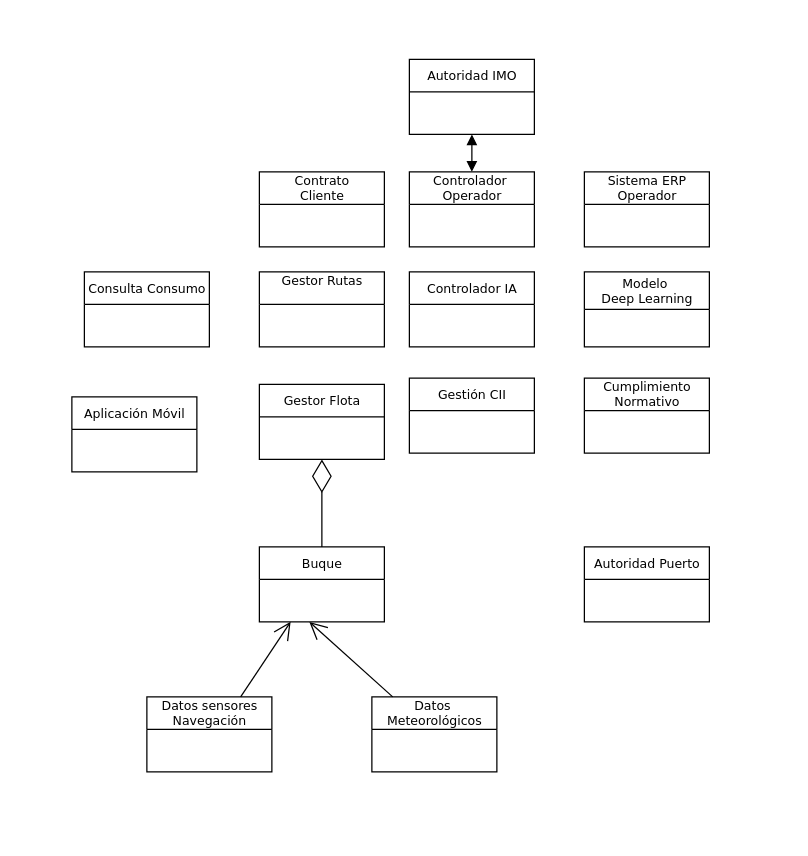
Above: VistaLogicaV0.drawio.xml in jdiazfer/ADS_Practica1 (draw.io), before the change. Source tidied: cells renumbered, new cells numbered last; positions are measured from the earlier drawing's top-left corner, leaving out a move shared by most shapes. Both pictures are drawn from the tidied source at 125%, with x=0, y=0 at pixel (71, 59).
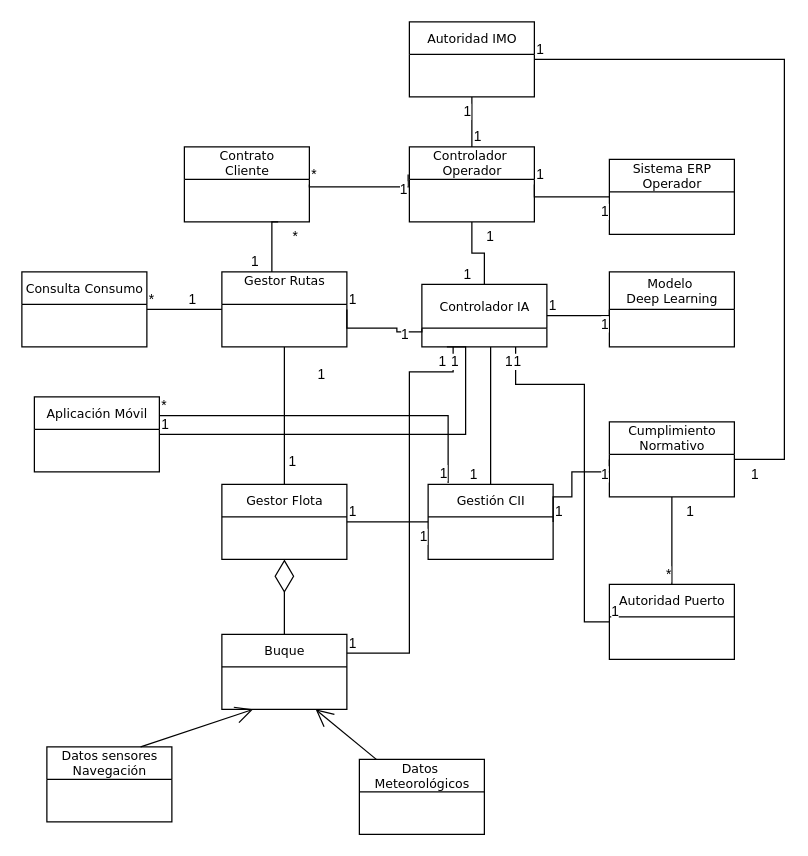
The same page after the edit.

Change to the diagram source:
```diff
@@
     <mxCell id="2" value="Gestor Flota" style="swimlane;html=1;fontStyle=0;horizontal=1;startSize=26;fillColor=none;swimlaneFillColor=#ffffff;rounded=0;shadow=0;comic=0;labelBackgroundColor=none;strokeWidth=1;fontFamily=Verdana;fontSize=10;align=center;" parent="1" vertex="1">
-      <mxGeometry x="150" y="260" width="100" height="60" as="geometry" />
+      <mxGeometry x="120" y="340" width="100" height="60" as="geometry" />
     </mxCell>
     <mxCell id="3" value="Buque" style="swimlane;html=1;fontStyle=0;horizontal=1;startSize=26;fillColor=none;swimlaneFillColor=#ffffff;rounded=0;shadow=0;comic=0;labelBackgroundColor=none;strokeWidth=1;fontFamily=Verdana;fontSize=10;align=center;" parent="1" vertex="1">
-      <mxGeometry x="150" y="390" width="100" height="60" as="geometry" />
+      <mxGeometry x="120" y="460" width="100" height="60" as="geometry" />
     </mxCell>
-    <mxCell id="4" value="Controlador IA" style="swimlane;html=1;fontStyle=0;horizontal=1;startSize=26;fillColor=none;swimlaneFillColor=#ffffff;rounded=0;shadow=0;comic=0;labelBackgroundColor=none;strokeWidth=1;fontFamily=Verdana;fontSize=10;align=center;" parent="1" vertex="1">
-      <mxGeometry x="270" y="170" width="100" height="60" as="geometry" />
+    <mxCell id="4" value="Controlador IA" style="swimlane;html=1;fontStyle=0;horizontal=1;startSize=35;fillColor=none;swimlaneFillColor=#ffffff;rounded=0;shadow=0;comic=0;labelBackgroundColor=none;strokeWidth=1;fontFamily=Verdana;fontSize=10;align=center;" parent="1" vertex="1">
+      <mxGeometry x="280" y="180" width="100" height="50" as="geometry" />
     </mxCell>
     <mxCell id="5" value="&lt;div&gt;Datos sensores &lt;br&gt;&lt;/div&gt;&lt;div&gt;Navegación&lt;/div&gt;" style="swimlane;html=1;fontStyle=0;horizontal=1;startSize=26;fillColor=none;swimlaneFillColor=#ffffff;rounded=0;shadow=0;comic=0;labelBackgroundColor=none;strokeWidth=1;fontFamily=Verdana;fontSize=10;align=center;" parent="1" vertex="1">
-      <mxGeometry x="60" y="510" width="100" height="60" as="geometry" />
+      <mxGeometry x="-20" y="550" width="100" height="60" as="geometry" />
     </mxCell>
     <mxCell id="6" value="&lt;div&gt;Modelo&amp;nbsp;&lt;/div&gt;&lt;div&gt;Deep Learning&lt;/div&gt;" style="swimlane;html=1;fontStyle=0;horizontal=1;startSize=30;fillColor=none;swimlaneFillColor=#ffffff;rounded=0;shadow=0;comic=0;labelBackgroundColor=none;strokeWidth=1;fontFamily=Verdana;fontSize=10;align=center;" parent="1" vertex="1">
-      <mxGeometry x="410" y="170" width="100" height="60" as="geometry" />
+      <mxGeometry x="430" y="170" width="100" height="60" as="geometry" />
     </mxCell>
@@
     <mxCell id="8" value="&lt;div&gt;Controlador&amp;nbsp;&lt;/div&gt;&lt;div&gt;Operador&lt;/div&gt;" style="swimlane;html=1;fontStyle=0;horizontal=1;startSize=26;fillColor=none;swimlaneFillColor=#ffffff;rounded=0;shadow=0;comic=0;labelBackgroundColor=none;strokeWidth=1;fontFamily=Verdana;fontSize=10;align=center;" parent="1" vertex="1">
-      <mxGeometry x="270" y="90" width="100" height="60" as="geometry" />
+      <mxGeometry x="270" y="70" width="100" height="60" as="geometry" />
     </mxCell>
     <mxCell id="9" value="&lt;div&gt;Sistema ERP&lt;/div&gt;&lt;div&gt;Operador&lt;br&gt;&lt;/div&gt;" style="swimlane;html=1;fontStyle=0;horizontal=1;startSize=26;fillColor=none;swimlaneFillColor=#ffffff;rounded=0;shadow=0;comic=0;labelBackgroundColor=none;strokeWidth=1;fontFamily=Verdana;fontSize=10;align=center;" parent="1" vertex="1">
-      <mxGeometry x="410" y="90" width="100" height="60" as="geometry" />
+      <mxGeometry x="430" y="80" width="100" height="60" as="geometry" />
     </mxCell>
     <mxCell id="10" value="&lt;div&gt;Contrato&lt;/div&gt;&lt;div&gt;Cliente&lt;br&gt;&lt;/div&gt;" style="swimlane;html=1;fontStyle=0;horizontal=1;startSize=26;fillColor=none;swimlaneFillColor=#ffffff;rounded=0;shadow=0;comic=0;labelBackgroundColor=none;strokeWidth=1;fontFamily=Verdana;fontSize=10;align=center;" parent="1" vertex="1">
-      <mxGeometry x="150" y="90" width="100" height="60" as="geometry" />
+      <mxGeometry x="90" y="70" width="100" height="60" as="geometry" />
     </mxCell>
+    <mxCell id="22" style="edgeStyle=orthogonalEdgeStyle;rounded=0;jettySize=auto;html=1;strokeColor=default;align=center;verticalAlign=middle;fontFamily=Helvetica;fontSize=11;fontColor=default;labelBackgroundColor=default;endArrow=none;" parent="1" edge="1" source="11" target="2">
+      <mxGeometry relative="1" as="geometry" />
+    </mxCell>
     <mxCell id="11" value="&lt;div&gt;Gestor Rutas&lt;br&gt;&lt;/div&gt;&lt;div&gt;&lt;br&gt;&lt;/div&gt;" style="swimlane;html=1;fontStyle=0;horizontal=1;startSize=26;fillColor=none;swimlaneFillColor=#ffffff;rounded=0;shadow=0;comic=0;labelBackgroundColor=none;strokeWidth=1;fontFamily=Verdana;fontSize=10;align=center;" parent="1" vertex="1">
-      <mxGeometry x="150" y="170" width="100" height="60" as="geometry" />
+      <mxGeometry x="120" y="170" width="100" height="60" as="geometry" />
     </mxCell>
     <mxCell id="12" value="Autoridad IMO" style="swimlane;html=1;fontStyle=0;horizontal=1;startSize=26;fillColor=none;swimlaneFillColor=#ffffff;rounded=0;shadow=0;comic=0;labelBackgroundColor=none;strokeWidth=1;fontFamily=Verdana;fontSize=10;align=center;" parent="1" vertex="1">
-      <mxGeometry x="270" width="100" height="60" as="geometry" />
+      <mxGeometry x="270" y="-30" width="100" height="60" as="geometry" />
     </mxCell>
     <mxCell id="13" value="Autoridad Puerto" style="swimlane;html=1;fontStyle=0;horizontal=1;startSize=26;fillColor=none;swimlaneFillColor=#ffffff;rounded=0;shadow=0;comic=0;labelBackgroundColor=none;strokeWidth=1;fontFamily=Verdana;fontSize=10;align=center;" parent="1" vertex="1">
-      <mxGeometry x="410" y="390" width="100" height="60" as="geometry" />
+      <mxGeometry x="430" y="420" width="100" height="60" as="geometry" />
     </mxCell>
     <mxCell id="14" value="Gestión CII" style="swimlane;html=1;fontStyle=0;horizontal=1;startSize=26;fillColor=none;swimlaneFillColor=#ffffff;rounded=0;shadow=0;comic=0;labelBackgroundColor=none;strokeWidth=1;fontFamily=Verdana;fontSize=10;align=center;" parent="1" vertex="1">
-      <mxGeometry x="270" y="255" width="100" height="60" as="geometry" />
+      <mxGeometry x="285" y="340" width="100" height="60" as="geometry" />
     </mxCell>
     <mxCell id="15" value="Consulta Consumo" style="swimlane;html=1;fontStyle=0;horizontal=1;startSize=26;fillColor=none;swimlaneFillColor=#ffffff;rounded=0;shadow=0;comic=0;labelBackgroundColor=none;strokeWidth=1;fontFamily=Verdana;fontSize=10;align=center;" parent="1" vertex="1">
-      <mxGeometry x="10" y="170" width="100" height="60" as="geometry" />
+      <mxGeometry x="-40" y="170" width="100" height="60" as="geometry" />
     </mxCell>
     <mxCell id="16" value="&lt;div&gt;Cumplimiento&lt;/div&gt;&lt;div&gt;Normativo&lt;br&gt;&lt;/div&gt;" style="swimlane;html=1;fontStyle=0;horizontal=1;startSize=26;fillColor=none;swimlaneFillColor=#ffffff;rounded=0;shadow=0;comic=0;labelBackgroundColor=none;strokeWidth=1;fontFamily=Verdana;fontSize=10;align=center;" parent="1" vertex="1">
-      <mxGeometry x="410" y="255" width="100" height="60" as="geometry" />
+      <mxGeometry x="430" y="290" width="100" height="60" as="geometry" />
     </mxCell>
     <mxCell id="17" value="Aplicación Móvil" style="swimlane;html=1;fontStyle=0;horizontal=1;startSize=26;fillColor=none;swimlaneFillColor=#ffffff;rounded=0;shadow=0;comic=0;labelBackgroundColor=none;strokeWidth=1;fontFamily=Verdana;fontSize=10;align=center;" parent="1" vertex="1">
-      <mxGeometry y="270" width="100" height="60" as="geometry" />
+      <mxGeometry x="-30" y="270" width="100" height="60" as="geometry" />
     </mxCell>
-    <mxCell id="18" style="endArrow=open;endFill=1;endSize=12;html=1;rounded=0;" parent="1" edge="1" source="19">
-      <mxGeometry relative="1" as="geometry">
-        <mxPoint x="190" y="450" as="targetPoint" />
-      </mxGeometry>
+    <mxCell id="18" style="endArrow=open;endFill=1;endSize=12;html=1;rounded=0;entryX=0.75;entryY=1;entryDx=0;entryDy=0;" parent="1" edge="1" source="19" target="3">
+      <mxGeometry relative="1" as="geometry" />
     </mxCell>
     <mxCell id="19" value="&lt;div&gt;Datos&amp;nbsp;&lt;/div&gt;&lt;div&gt;Meteorológicos&lt;/div&gt;" style="swimlane;html=1;fontStyle=0;horizontal=1;startSize=26;fillColor=none;swimlaneFillColor=#ffffff;rounded=0;shadow=0;comic=0;labelBackgroundColor=none;strokeWidth=1;fontFamily=Verdana;fontSize=10;align=center;" parent="1" vertex="1">
-      <mxGeometry x="240" y="510" width="100" height="60" as="geometry" />
+      <mxGeometry x="230" y="560" width="100" height="60" as="geometry" />
     </mxCell>
@@
-    <mxCell id="21" style="endArrow=block;startArrow=block;endFill=1;startFill=1;html=1;rounded=0;exitX=0.5;exitY=0;exitDx=0;exitDy=0;entryX=0.5;entryY=1;entryDx=0;entryDy=0;" parent="1" edge="1" source="8" target="12">
-      <mxGeometry relative="1" as="geometry" />
+    <mxCell id="21" style="endArrow=none;html=1;edgeStyle=orthogonalEdgeStyle;rounded=0;entryX=0.5;entryY=1;entryDx=0;entryDy=0;" parent="1" edge="1" source="8" target="12">
+      <mxGeometry relative="1" as="geometry">
+        <Array as="points">
+          <mxPoint x="320" y="50" />
+          <mxPoint x="320" y="50" />
+        </Array>
+      </mxGeometry>
     </mxCell>
+    <mxCell id="23" value="1" style="edgeLabel;html=1;align=left;verticalAlign=bottom;" parent="21" vertex="1">
+      <mxGeometry x="-1" relative="1" as="geometry" />
+    </mxCell>
+    <mxCell id="24" value="1" style="edgeLabel;html=1;align=right;verticalAlign=bottom;" parent="21" vertex="1">
+      <mxGeometry x="1" relative="1" as="geometry">
+        <mxPoint y="20" as="offset" />
+      </mxGeometry>
+    </mxCell>
+    <mxCell id="25" style="endArrow=none;html=1;edgeStyle=orthogonalEdgeStyle;rounded=0;entryX=0;entryY=0.5;entryDx=0;entryDy=0;exitX=1;exitY=0.5;exitDx=0;exitDy=0;" parent="1" edge="1" source="8" target="9">
+      <mxGeometry relative="1" as="geometry">
+        <Array as="points">
+          <mxPoint x="400" y="110" />
+          <mxPoint x="400" y="110" />
+        </Array>
+      </mxGeometry>
+    </mxCell>
+    <mxCell id="26" value="1" style="edgeLabel;html=1;align=left;verticalAlign=bottom;" parent="25" vertex="1">
+      <mxGeometry x="-1" relative="1" as="geometry" />
+    </mxCell>
+    <mxCell id="27" value="1" style="edgeLabel;html=1;align=right;verticalAlign=bottom;" parent="25" vertex="1">
+      <mxGeometry x="1" relative="1" as="geometry">
+        <mxPoint y="20" as="offset" />
+      </mxGeometry>
+    </mxCell>
+    <mxCell id="28" style="endArrow=none;html=1;edgeStyle=orthogonalEdgeStyle;rounded=0;exitX=0.5;exitY=1;exitDx=0;exitDy=0;entryX=0.5;entryY=0;entryDx=0;entryDy=0;" parent="1" edge="1" source="8" target="4">
+      <mxGeometry relative="1" as="geometry" />
+    </mxCell>
+    <mxCell id="29" value="1" style="edgeLabel;html=1;align=left;verticalAlign=bottom;" parent="28" vertex="1">
+      <mxGeometry x="-1" relative="1" as="geometry">
+        <mxPoint x="10" y="20" as="offset" />
+      </mxGeometry>
+    </mxCell>
+    <mxCell id="30" value="1" style="edgeLabel;html=1;align=right;verticalAlign=bottom;" parent="28" vertex="1">
+      <mxGeometry x="1" relative="1" as="geometry">
+        <mxPoint x="-10" as="offset" />
+      </mxGeometry>
+    </mxCell>
+    <mxCell id="31" style="endArrow=none;html=1;edgeStyle=orthogonalEdgeStyle;rounded=0;entryX=0;entryY=0.5;entryDx=0;entryDy=0;exitX=1;exitY=0.5;exitDx=0;exitDy=0;" parent="1" edge="1" source="4" target="6">
+      <mxGeometry relative="1" as="geometry">
+        <Array as="points">
+          <mxPoint x="390" y="205" />
+          <mxPoint x="390" y="205" />
+        </Array>
+      </mxGeometry>
+    </mxCell>
+    <mxCell id="32" value="1" style="edgeLabel;html=1;align=left;verticalAlign=bottom;" parent="31" vertex="1">
+      <mxGeometry x="-1" relative="1" as="geometry" />
+    </mxCell>
+    <mxCell id="33" value="1" style="edgeLabel;html=1;align=right;verticalAlign=bottom;" parent="31" vertex="1">
+      <mxGeometry x="1" relative="1" as="geometry">
+        <mxPoint y="20" as="offset" />
+      </mxGeometry>
+    </mxCell>
+    <mxCell id="34" style="endArrow=none;html=1;edgeStyle=orthogonalEdgeStyle;rounded=0;entryX=0.5;entryY=0;entryDx=0;entryDy=0;" parent="1" edge="1" target="14">
+      <mxGeometry relative="1" as="geometry">
+        <mxPoint x="335" y="230" as="sourcePoint" />
+        <Array as="points">
+          <mxPoint x="335" y="250" />
+          <mxPoint x="335" y="250" />
+        </Array>
+      </mxGeometry>
+    </mxCell>
+    <mxCell id="35" value="1" style="edgeLabel;html=1;align=left;verticalAlign=bottom;" parent="34" vertex="1">
+      <mxGeometry x="-1" relative="1" as="geometry">
+        <mxPoint x="10" y="20" as="offset" />
+      </mxGeometry>
+    </mxCell>
+    <mxCell id="36" value="1" style="edgeLabel;html=1;align=right;verticalAlign=bottom;" parent="34" vertex="1">
+      <mxGeometry x="1" relative="1" as="geometry">
+        <mxPoint x="-10" as="offset" />
+      </mxGeometry>
+    </mxCell>
+    <mxCell id="37" value="1" style="edgeLabel;html=1;align=left;verticalAlign=bottom;" parent="34" vertex="1">
+      <mxGeometry x="-1" relative="1" as="geometry">
+        <mxPoint x="-140" y="30" as="offset" />
+      </mxGeometry>
+    </mxCell>
+    <mxCell id="38" value="1" style="edgeLabel;html=1;align=right;verticalAlign=bottom;" parent="34" vertex="1">
+      <mxGeometry x="1" relative="1" as="geometry">
+        <mxPoint x="-155" y="-10" as="offset" />
+      </mxGeometry>
+    </mxCell>
+    <mxCell id="39" style="endArrow=none;html=1;rounded=0;exitX=1;exitY=0.5;exitDx=0;exitDy=0;" parent="1" edge="1" source="2" target="14">
+      <mxGeometry relative="1" as="geometry" />
+    </mxCell>
+    <mxCell id="40" value="1" style="edgeLabel;html=1;align=left;verticalAlign=bottom;" parent="39" vertex="1">
+      <mxGeometry x="-1" relative="1" as="geometry" />
+    </mxCell>
+    <mxCell id="41" value="1" style="edgeLabel;html=1;align=right;verticalAlign=bottom;" parent="39" vertex="1">
+      <mxGeometry x="1" relative="1" as="geometry">
+        <mxPoint y="20" as="offset" />
+      </mxGeometry>
+    </mxCell>
+    <mxCell id="42" style="endArrow=none;html=1;edgeStyle=orthogonalEdgeStyle;rounded=0;entryX=-0.01;entryY=0.367;entryDx=0;entryDy=0;exitX=1;exitY=0.5;exitDx=0;exitDy=0;entryPerimeter=0;" parent="1" edge="1" source="10" target="8">
+      <mxGeometry relative="1" as="geometry">
+        <Array as="points">
+          <mxPoint x="190" y="102" />
+        </Array>
+      </mxGeometry>
+    </mxCell>
+    <mxCell id="43" value="*" style="edgeLabel;html=1;align=left;verticalAlign=bottom;" parent="42" vertex="1">
+      <mxGeometry x="-1" relative="1" as="geometry" />
+    </mxCell>
+    <mxCell id="44" value="1" style="edgeLabel;html=1;align=right;verticalAlign=bottom;" parent="42" vertex="1">
+      <mxGeometry x="1" relative="1" as="geometry">
+        <mxPoint y="20" as="offset" />
+      </mxGeometry>
+    </mxCell>
+    <mxCell id="45" style="endArrow=none;html=1;edgeStyle=orthogonalEdgeStyle;rounded=0;exitX=0.75;exitY=1;exitDx=0;exitDy=0;" parent="1" edge="1" source="10" target="11">
+      <mxGeometry relative="1" as="geometry">
+        <Array as="points">
+          <mxPoint x="160" y="130" />
+        </Array>
+      </mxGeometry>
+    </mxCell>
+    <mxCell id="46" value="*" style="edgeLabel;html=1;align=left;verticalAlign=bottom;" parent="45" vertex="1">
+      <mxGeometry x="-1" relative="1" as="geometry">
+        <mxPoint x="10" y="20" as="offset" />
+      </mxGeometry>
+    </mxCell>
+    <mxCell id="47" value="1" style="edgeLabel;html=1;align=right;verticalAlign=bottom;" parent="45" vertex="1">
+      <mxGeometry x="1" relative="1" as="geometry">
+        <mxPoint x="-10" as="offset" />
+      </mxGeometry>
+    </mxCell>
+    <mxCell id="48" style="endArrow=none;html=1;edgeStyle=orthogonalEdgeStyle;rounded=0;entryX=0;entryY=0.5;entryDx=0;entryDy=0;exitX=1;exitY=0.5;exitDx=0;exitDy=0;" parent="1" edge="1" source="14" target="16">
+      <mxGeometry relative="1" as="geometry">
+        <Array as="points">
+          <mxPoint x="385" y="350" />
+          <mxPoint x="400" y="350" />
+          <mxPoint x="400" y="330" />
+          <mxPoint x="430" y="330" />
+        </Array>
+      </mxGeometry>
+    </mxCell>
+    <mxCell id="49" value="1" style="edgeLabel;html=1;align=left;verticalAlign=bottom;" parent="48" vertex="1">
+      <mxGeometry x="-1" relative="1" as="geometry" />
+    </mxCell>
+    <mxCell id="50" value="1" style="edgeLabel;html=1;align=right;verticalAlign=bottom;" parent="48" vertex="1">
+      <mxGeometry x="1" relative="1" as="geometry">
+        <mxPoint y="20" as="offset" />
+      </mxGeometry>
+    </mxCell>
+    <mxCell id="51" style="endArrow=none;html=1;edgeStyle=orthogonalEdgeStyle;rounded=0;entryX=1;entryY=0.5;entryDx=0;entryDy=0;exitX=1;exitY=0.5;exitDx=0;exitDy=0;" parent="1" edge="1" source="12" target="16">
+      <mxGeometry relative="1" as="geometry">
+        <Array as="points">
+          <mxPoint x="570" />
+          <mxPoint x="570" y="320" />
+        </Array>
+      </mxGeometry>
+    </mxCell>
+    <mxCell id="52" value="1" style="edgeLabel;html=1;align=left;verticalAlign=bottom;" parent="51" vertex="1">
+      <mxGeometry x="-1" relative="1" as="geometry" />
+    </mxCell>
+    <mxCell id="53" value="1" style="edgeLabel;html=1;align=right;verticalAlign=bottom;" parent="51" vertex="1">
+      <mxGeometry x="1" relative="1" as="geometry">
+        <mxPoint x="20" y="20" as="offset" />
+      </mxGeometry>
+    </mxCell>
+    <mxCell id="54" style="endArrow=none;html=1;edgeStyle=orthogonalEdgeStyle;rounded=0;exitX=1;exitY=0.5;exitDx=0;exitDy=0;" parent="1" edge="1" source="11">
+      <mxGeometry relative="1" as="geometry">
+        <mxPoint x="280" y="215" as="targetPoint" />
+        <Array as="points">
+          <mxPoint x="220" y="215" />
+          <mxPoint x="260" y="215" />
+          <mxPoint x="260" y="218" />
+        </Array>
+      </mxGeometry>
+    </mxCell>
+    <mxCell id="55" value="1" style="edgeLabel;html=1;align=left;verticalAlign=bottom;" parent="54" vertex="1">
+      <mxGeometry x="-1" relative="1" as="geometry" />
+    </mxCell>
+    <mxCell id="56" value="1" style="edgeLabel;html=1;align=right;verticalAlign=bottom;" parent="54" vertex="1">
+      <mxGeometry x="1" relative="1" as="geometry">
+        <mxPoint x="-10" y="13" as="offset" />
+      </mxGeometry>
+    </mxCell>
+    <mxCell id="57" style="endArrow=none;html=1;edgeStyle=orthogonalEdgeStyle;rounded=0;entryX=0.25;entryY=1;entryDx=0;entryDy=0;exitX=1;exitY=0.25;exitDx=0;exitDy=0;" parent="1" edge="1" source="3" target="4">
+      <mxGeometry relative="1" as="geometry">
+        <Array as="points">
+          <mxPoint x="270" y="475" />
+          <mxPoint x="270" y="250" />
+          <mxPoint x="305" y="250" />
+        </Array>
+      </mxGeometry>
+    </mxCell>
+    <mxCell id="58" value="1" style="edgeLabel;html=1;align=left;verticalAlign=bottom;" parent="57" vertex="1">
+      <mxGeometry x="-1" relative="1" as="geometry" />
+    </mxCell>
+    <mxCell id="59" value="1" style="edgeLabel;html=1;align=right;verticalAlign=bottom;" parent="57" vertex="1">
+      <mxGeometry x="1" relative="1" as="geometry">
+        <mxPoint x="5" y="20" as="offset" />
+      </mxGeometry>
+    </mxCell>
+    <mxCell id="60" style="endArrow=none;html=1;edgeStyle=orthogonalEdgeStyle;rounded=0;exitX=1;exitY=0.5;exitDx=0;exitDy=0;" parent="1" edge="1" source="17">
+      <mxGeometry relative="1" as="geometry">
+        <mxPoint x="300" y="230" as="targetPoint" />
+        <Array as="points">
+          <mxPoint x="315" y="300" />
+          <mxPoint x="315" y="230" />
+        </Array>
+      </mxGeometry>
+    </mxCell>
+    <mxCell id="61" value="1" style="edgeLabel;html=1;align=left;verticalAlign=bottom;" parent="60" vertex="1">
+      <mxGeometry x="-1" relative="1" as="geometry" />
+    </mxCell>
+    <mxCell id="62" value="1" style="edgeLabel;html=1;align=right;verticalAlign=bottom;" parent="60" vertex="1">
+      <mxGeometry x="1" relative="1" as="geometry">
+        <mxPoint y="20" as="offset" />
+      </mxGeometry>
+    </mxCell>
+    <mxCell id="63" style="endArrow=none;html=1;edgeStyle=orthogonalEdgeStyle;rounded=0;entryX=0.5;entryY=0;entryDx=0;entryDy=0;exitX=0.5;exitY=1;exitDx=0;exitDy=0;" parent="1" edge="1" source="16" target="13">
+      <mxGeometry relative="1" as="geometry" />
+    </mxCell>
+    <mxCell id="64" value="1" style="edgeLabel;html=1;align=left;verticalAlign=bottom;" parent="63" vertex="1">
+      <mxGeometry x="-1" relative="1" as="geometry">
+        <mxPoint x="10" y="20" as="offset" />
+      </mxGeometry>
+    </mxCell>
+    <mxCell id="65" value="*" style="edgeLabel;html=1;align=right;verticalAlign=bottom;" parent="63" vertex="1">
+      <mxGeometry x="1" relative="1" as="geometry" />
+    </mxCell>
+    <mxCell id="66" style="endArrow=none;html=1;edgeStyle=orthogonalEdgeStyle;rounded=0;entryX=0.75;entryY=1;entryDx=0;entryDy=0;exitX=0;exitY=0.5;exitDx=0;exitDy=0;" parent="1" edge="1" source="13" target="4">
+      <mxGeometry relative="1" as="geometry">
+        <Array as="points">
+          <mxPoint x="410" y="450" />
+          <mxPoint x="410" y="260" />
+          <mxPoint x="355" y="260" />
+        </Array>
+      </mxGeometry>
+    </mxCell>
+    <mxCell id="67" value="1" style="edgeLabel;html=1;align=left;verticalAlign=bottom;" parent="66" vertex="1">
+      <mxGeometry x="-1" relative="1" as="geometry" />
+    </mxCell>
+    <mxCell id="68" value="1" style="edgeLabel;html=1;align=right;verticalAlign=bottom;" parent="66" vertex="1">
+      <mxGeometry x="1" relative="1" as="geometry">
+        <mxPoint x="5" y="20" as="offset" />
+      </mxGeometry>
+    </mxCell>
+    <mxCell id="69" style="endArrow=none;html=1;edgeStyle=orthogonalEdgeStyle;rounded=0;exitX=1;exitY=0.5;exitDx=0;exitDy=0;" parent="1" edge="1" source="15" target="11">
+      <mxGeometry relative="1" as="geometry" />
+    </mxCell>
+    <mxCell id="70" value="*" style="edgeLabel;html=1;align=left;verticalAlign=bottom;" parent="69" vertex="1">
+      <mxGeometry x="-1" relative="1" as="geometry" />
+    </mxCell>
+    <mxCell id="71" value="1" style="edgeLabel;html=1;align=right;verticalAlign=bottom;" parent="69" vertex="1">
+      <mxGeometry x="1" relative="1" as="geometry">
+        <mxPoint x="-20" as="offset" />
+      </mxGeometry>
+    </mxCell>
+    <mxCell id="72" style="endArrow=none;html=1;edgeStyle=orthogonalEdgeStyle;rounded=0;exitX=1;exitY=0.25;exitDx=0;exitDy=0;entryX=0.16;entryY=-0.017;entryDx=0;entryDy=0;entryPerimeter=0;" parent="1" edge="1" source="17" target="14">
+      <mxGeometry relative="1" as="geometry" />
+    </mxCell>
+    <mxCell id="73" value="*" style="edgeLabel;html=1;align=left;verticalAlign=bottom;" parent="72" vertex="1">
+      <mxGeometry x="-1" relative="1" as="geometry" />
+    </mxCell>
+    <mxCell id="74" value="1" style="edgeLabel;html=1;align=right;verticalAlign=bottom;" parent="72" vertex="1">
+      <mxGeometry x="1" relative="1" as="geometry" />
+    </mxCell>
```
